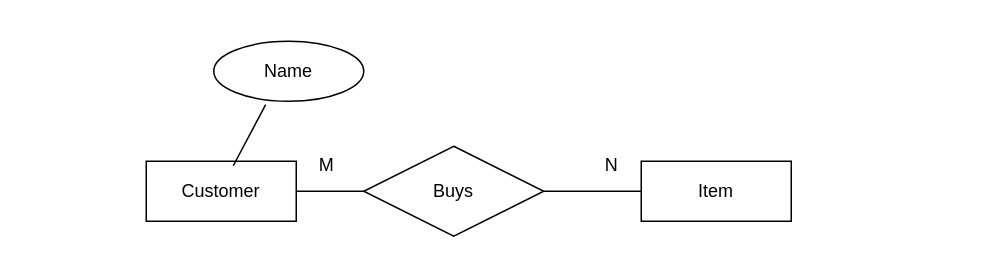
brendanpshea/database_sql keeps this draw.io diagram as page "Page-1" (1 of 2) of images/Wed_Addams.drawio. Above is the earlier version. Source tidied: cells renumbered, new cells numbered last; positions are measured from the earlier drawing's top-left corner, leaving out a move shared by most shapes. Both pictures are drawn from the tidied source at 150%, with x=0, y=0 at pixel (146, 40).
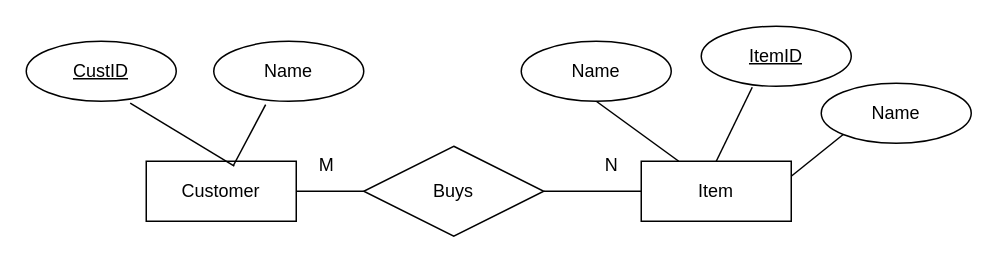
The same diagram, later.

Diff of the diagram source:
```diff
@@
 <mxGraphModel>
   <root>
     <mxCell id="0" />
     <mxCell id="1" parent="0" />
     <mxCell id="2" value="Customer" style="whiteSpace=wrap;html=1;align=center;" parent="1" vertex="1">
       <mxGeometry y="80" width="100" height="40" as="geometry" />
     </mxCell>
     <mxCell id="3" value="Item" style="whiteSpace=wrap;html=1;align=center;" parent="1" vertex="1">
       <mxGeometry x="330" y="80" width="100" height="40" as="geometry" />
     </mxCell>
     <mxCell id="4" style="endArrow=none;html=1;rounded=0;exitX=1;exitY=0.5;exitDx=0;exitDy=0;entryX=0;entryY=0.5;entryDx=0;entryDy=0;" parent="1" edge="1" source="6" target="3">
       <mxGeometry relative="1" as="geometry" />
     </mxCell>
     <mxCell id="5" style="endArrow=none;html=1;rounded=0;exitX=1;exitY=0.5;exitDx=0;exitDy=0;entryX=0;entryY=0.5;entryDx=0;entryDy=0;" parent="1" edge="1" source="2" target="6">
       <mxGeometry relative="1" as="geometry" />
     </mxCell>
     <mxCell id="6" value="Buys" style="shape=rhombus;perimeter=rhombusPerimeter;whiteSpace=wrap;html=1;align=center;" parent="1" vertex="1">
       <mxGeometry x="145" y="70" width="120" height="60" as="geometry" />
     </mxCell>
     <mxCell id="7" value="Name" style="ellipse;whiteSpace=wrap;html=1;align=center;" parent="1" vertex="1">
       <mxGeometry x="45" width="100" height="40" as="geometry" />
     </mxCell>
     <mxCell id="8" value="M" style="text;html=1;align=center;verticalAlign=middle;strokeColor=none;fillColor=none;" parent="1" vertex="1">
       <mxGeometry x="105" y="68" width="30" height="30" as="geometry" />
     </mxCell>
     <mxCell id="9" value="N" style="text;html=1;align=center;verticalAlign=middle;strokeColor=none;fillColor=none;" parent="1" vertex="1">
       <mxGeometry x="295" y="68" width="30" height="30" as="geometry" />
     </mxCell>
     <mxCell id="10" style="endArrow=none;html=1;rounded=0;exitX=0.58;exitY=0.075;exitDx=0;exitDy=0;exitPerimeter=0;entryX=0.346;entryY=1.055;entryDx=0;entryDy=0;entryPerimeter=0;" parent="1" edge="1" source="2" target="7">
       <mxGeometry relative="1" as="geometry" />
     </mxCell>
+    <mxCell id="11" value="CustID" style="ellipse;whiteSpace=wrap;html=1;align=center;fontStyle=4;" parent="1" vertex="1">
+      <mxGeometry x="-80" width="100" height="40" as="geometry" />
+    </mxCell>
+    <mxCell id="12" style="endArrow=none;html=1;rounded=0;exitX=0.693;exitY=1.033;exitDx=0;exitDy=0;exitPerimeter=0;entryX=0.587;entryY=0.083;entryDx=0;entryDy=0;entryPerimeter=0;" parent="1" edge="1" source="11" target="2">
+      <mxGeometry relative="1" as="geometry" />
+    </mxCell>
+    <mxCell id="13" value="Name" style="ellipse;whiteSpace=wrap;html=1;align=center;" parent="1" vertex="1">
+      <mxGeometry x="250" width="100" height="40" as="geometry" />
+    </mxCell>
+    <mxCell id="14" style="endArrow=none;html=1;rounded=0;exitX=0.25;exitY=0;exitDx=0;exitDy=0;entryX=0.5;entryY=1;entryDx=0;entryDy=0;" parent="1" edge="1" source="3" target="13">
+      <mxGeometry relative="1" as="geometry" />
+    </mxCell>
+    <mxCell id="15" value="ItemID" style="ellipse;whiteSpace=wrap;html=1;align=center;fontStyle=4;" parent="1" vertex="1">
+      <mxGeometry x="370" y="-10" width="100" height="40" as="geometry" />
+    </mxCell>
+    <mxCell id="16" style="endArrow=none;html=1;rounded=0;exitX=0.5;exitY=0;exitDx=0;exitDy=0;entryX=0.34;entryY=1.017;entryDx=0;entryDy=0;entryPerimeter=0;" parent="1" edge="1" source="3" target="15">
+      <mxGeometry relative="1" as="geometry" />
+    </mxCell>
+    <mxCell id="17" value="Name" style="ellipse;whiteSpace=wrap;html=1;align=center;" parent="1" vertex="1">
+      <mxGeometry x="450" y="28" width="100" height="40" as="geometry" />
+    </mxCell>
+    <mxCell id="18" style="endArrow=none;html=1;rounded=0;exitX=1;exitY=0.25;exitDx=0;exitDy=0;entryX=0;entryY=1;entryDx=0;entryDy=0;" parent="1" edge="1" source="3" target="17">
+      <mxGeometry relative="1" as="geometry" />
+    </mxCell>
   </root>
 </mxGraphModel>
```
